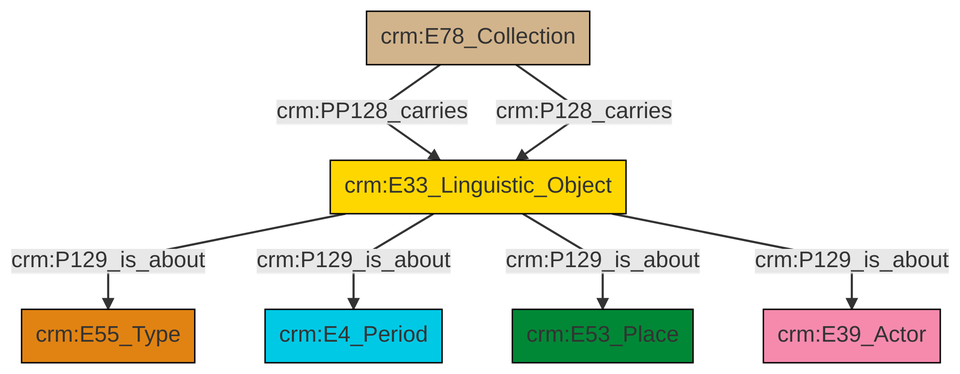
The Mermaid diagram et/archivalCSV/ttl/mmd/png/archival_aboutness.png in swiss-art-research-net/docs.swissartresearch, before a commit. Its source is kept beside it as et/archivalCSV/ttl/mmd/archival_aboutness.ttl.mmd.
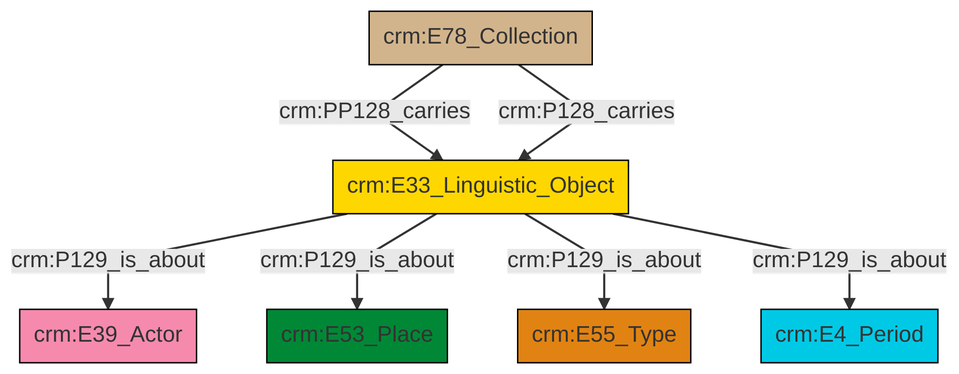
The same file after the commit.

Change to the diagram source:
```diff
@@ -13,9 +13,9 @@
 classDef PC_Classes fill:#4ce600, stroke:#000000;
 classDef Multi fill:#cccccc,stroke:#000000;
 
-2["crm:E78_Collection"]:::Physical_Thing -->|crm:PP128_carries| 0["crm:E33_Linguistic_Object"]:::Conceptual_Object
-2["crm:E78_Collection"]:::Physical_Thing -->|crm:P128_carries| 0["crm:E33_Linguistic_Object"]:::Conceptual_Object
-0["crm:E33_Linguistic_Object"]:::Conceptual_Object -->|crm:P129_is_about| 6["crm:E55_Type"]:::Type
-0["crm:E33_Linguistic_Object"]:::Conceptual_Object -->|crm:P129_is_about| 3["crm:E4_Period"]:::Temporal_Entity
-0["crm:E33_Linguistic_Object"]:::Conceptual_Object -->|crm:P129_is_about| 8["crm:E53_Place"]:::Place
-0["crm:E33_Linguistic_Object"]:::Conceptual_Object -->|crm:P129_is_about| 10["crm:E39_Actor"]:::Actor
+0["crm:E78_Collection"]:::Physical_Thing -->|crm:PP128_carries| 1["crm:E33_Linguistic_Object"]:::Conceptual_Object
+0["crm:E78_Collection"]:::Physical_Thing -->|crm:P128_carries| 1["crm:E33_Linguistic_Object"]:::Conceptual_Object
+1["crm:E33_Linguistic_Object"]:::Conceptual_Object -->|crm:P129_is_about| 4["crm:E39_Actor"]:::Actor
+1["crm:E33_Linguistic_Object"]:::Conceptual_Object -->|crm:P129_is_about| 2["crm:E53_Place"]:::Place
+1["crm:E33_Linguistic_Object"]:::Conceptual_Object -->|crm:P129_is_about| 6["crm:E55_Type"]:::Type
+1["crm:E33_Linguistic_Object"]:::Conceptual_Object -->|crm:P129_is_about| 8["crm:E4_Period"]:::Temporal_Entity
```
